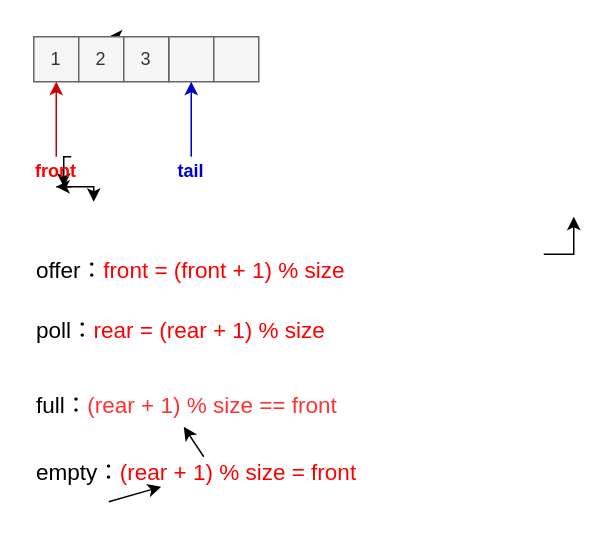
The draw.io diagram ComputerSecience/DataStructures/diagrams/环形队列.drawio in wanglei949758173/study, before the edit. Source tidied: cells renumbered, new cells numbered last; positions are measured from the earlier drawing's top-left corner, leaving out a move shared by most shapes. Both pictures are drawn from the tidied source at 150%, with x=0, y=0 at pixel (26, 36).
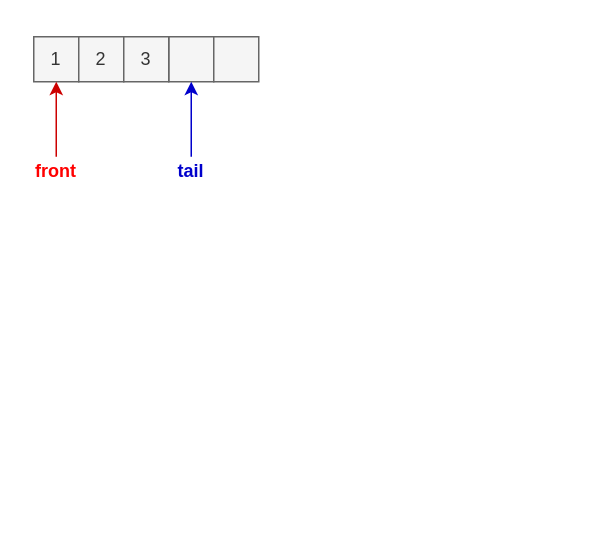
After the change.

The change refers to these unchanged cells:
```xml
<mxCell id="5" value="2" style="rounded=0;whiteSpace=wrap;html=1;fillColor=#f5f5f5;strokeColor=#666666;fontColor=#333333;" parent="1" vertex="1">
  <mxGeometry x="35" width="30" height="30" as="geometry" />
</mxCell>
<mxCell id="13" value="&lt;b&gt;&lt;font color=&quot;#ff0000&quot;&gt;front&lt;/font&gt;&lt;/b&gt;" style="text;html=1;strokeColor=none;fillColor=none;align=center;verticalAlign=middle;whiteSpace=wrap;rounded=0;" parent="1" vertex="1">
  <mxGeometry y="80" width="40" height="20" as="geometry" />
</mxCell>
```

The edit, as a diff of the source:
```diff
@@
-    <mxCell id="3" style="edgeStyle=orthogonalEdgeStyle;rounded=0;jettySize=auto;html=1;exitX=1;exitY=0.25;exitDx=0;exitDy=0;" parent="1" edge="1" source="5">
-      <mxGeometry relative="1" as="geometry">
-        <mxPoint x="65" y="10" as="targetPoint" />
-      </mxGeometry>
-    </mxCell>
-    <mxCell id="4" style="edgeStyle=orthogonalEdgeStyle;rounded=0;jettySize=auto;html=1;exitX=0.75;exitY=0;exitDx=0;exitDy=0;" parent="1" edge="1" source="5">
-      <mxGeometry relative="1" as="geometry">
-        <mxPoint x="55" as="targetPoint" />
-      </mxGeometry>
-    </mxCell>
@@
-    <mxCell id="8" style="edgeStyle=orthogonalEdgeStyle;rounded=0;orthogonalLoop=1;jettySize=auto;html=1;exitX=0;exitY=0.5;exitDx=0;exitDy=0;" parent="1" edge="1">
-      <mxGeometry relative="1" as="geometry">
-        <mxPoint x="345" y="145" as="sourcePoint" />
-        <mxPoint x="365" y="120" as="targetPoint" />
-      </mxGeometry>
-    </mxCell>
@@
-    <mxCell id="10" style="endArrow=classic;html=1;" parent="1" edge="1" source="21">
-      <mxGeometry relative="1" as="geometry">
-        <mxPoint x="105" y="260" as="targetPoint" />
-      </mxGeometry>
-    </mxCell>
-    <mxCell id="11" style="edgeStyle=orthogonalEdgeStyle;rounded=0;jettySize=auto;html=1;exitX=0.75;exitY=0;exitDx=0;exitDy=0;" parent="1" edge="1" source="13">
-      <mxGeometry relative="1" as="geometry">
-        <mxPoint x="25" y="100" as="targetPoint" />
-      </mxGeometry>
-    </mxCell>
-    <mxCell id="12" style="edgeStyle=orthogonalEdgeStyle;rounded=0;jettySize=auto;html=1;exitX=0.5;exitY=1;exitDx=0;exitDy=0;" parent="1" edge="1" source="13">
-      <mxGeometry relative="1" as="geometry">
-        <mxPoint x="45" y="110" as="targetPoint" />
-      </mxGeometry>
-    </mxCell>
@@
-    <mxCell id="17" style="edgeStyle=orthogonalEdgeStyle;rounded=0;orthogonalLoop=1;jettySize=auto;html=1;exitX=0.75;exitY=1;exitDx=0;exitDy=0;entryX=0.5;entryY=1;entryDx=0;entryDy=0;fontColor=#0000CC;" parent="1" edge="1" source="13" target="13">
-      <mxGeometry relative="1" as="geometry" />
-    </mxCell>
-    <mxCell id="18" value="full：&lt;font color=&quot;#ff3333&quot;&gt;(rear + 1) % size == front&lt;/font&gt;" style="text;html=1;strokeColor=none;fillColor=none;align=left;verticalAlign=middle;whiteSpace=wrap;rounded=0;fontColor=#000000;fontSize=15;" parent="1" vertex="1">
-      <mxGeometry x="5" y="220" width="220" height="50" as="geometry" />
-    </mxCell>
-    <mxCell id="19" value="offer：&lt;font color=&quot;#ff0000&quot;&gt;front = (front + 1) % size&lt;/font&gt;&amp;nbsp;" style="text;html=1;strokeColor=none;fillColor=none;align=left;verticalAlign=middle;whiteSpace=wrap;rounded=0;fontSize=15;fontColor=#000000;" parent="1" vertex="1">
-      <mxGeometry x="5" y="140" width="310" height="30" as="geometry" />
-    </mxCell>
-    <mxCell id="20" value="poll：&lt;font color=&quot;#ff0000&quot;&gt;rear = (rear + 1) % size&amp;nbsp;&lt;/font&gt;" style="text;html=1;strokeColor=none;fillColor=none;align=left;verticalAlign=middle;whiteSpace=wrap;rounded=0;fontSize=15;fontColor=#000000;" parent="1" vertex="1">
-      <mxGeometry x="5" y="180" width="310" height="30" as="geometry" />
-    </mxCell>
-    <mxCell id="21" value="empty：&lt;font color=&quot;#ff0000&quot;&gt;(rear + 1) % size = front&lt;/font&gt;" style="text;html=1;strokeColor=none;fillColor=none;align=left;verticalAlign=middle;whiteSpace=wrap;rounded=0;fontColor=#000000;fontSize=15;" parent="1" vertex="1">
-      <mxGeometry x="5" y="280" width="240" height="20" as="geometry" />
-    </mxCell>
-    <mxCell id="22" style="endArrow=classic;html=1;" parent="1" edge="1" target="21">
-      <mxGeometry relative="1" as="geometry">
-        <mxPoint x="55" y="310" as="sourcePoint" />
-      </mxGeometry>
-    </mxCell>
```
